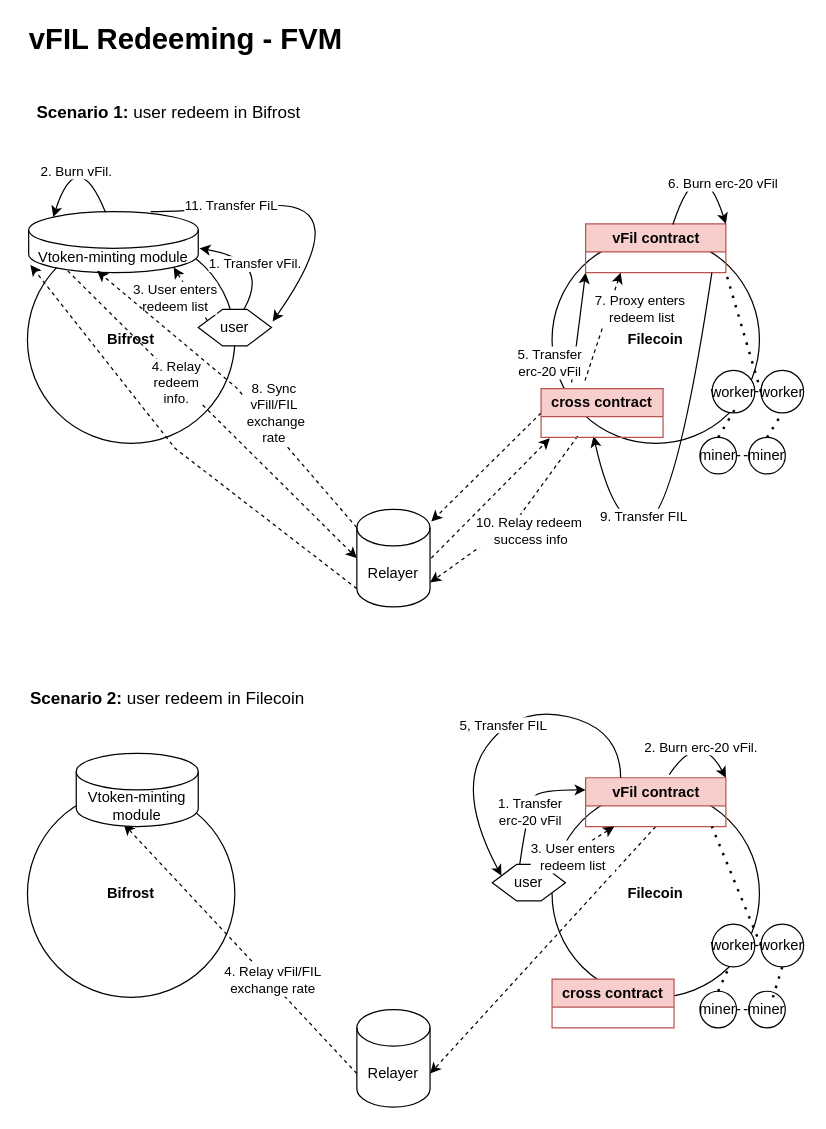
This is vfil-redeeming-fvm.drawio from herryho/flowchars, a draw.io file, before an edit. Source tidied: cells renumbered, new cells numbered last; positions are measured from the earlier drawing's top-left corner, leaving out a move shared by most shapes. Both pictures are drawn from the tidied source at 122%, with x=0, y=0 at pixel (27, 21).
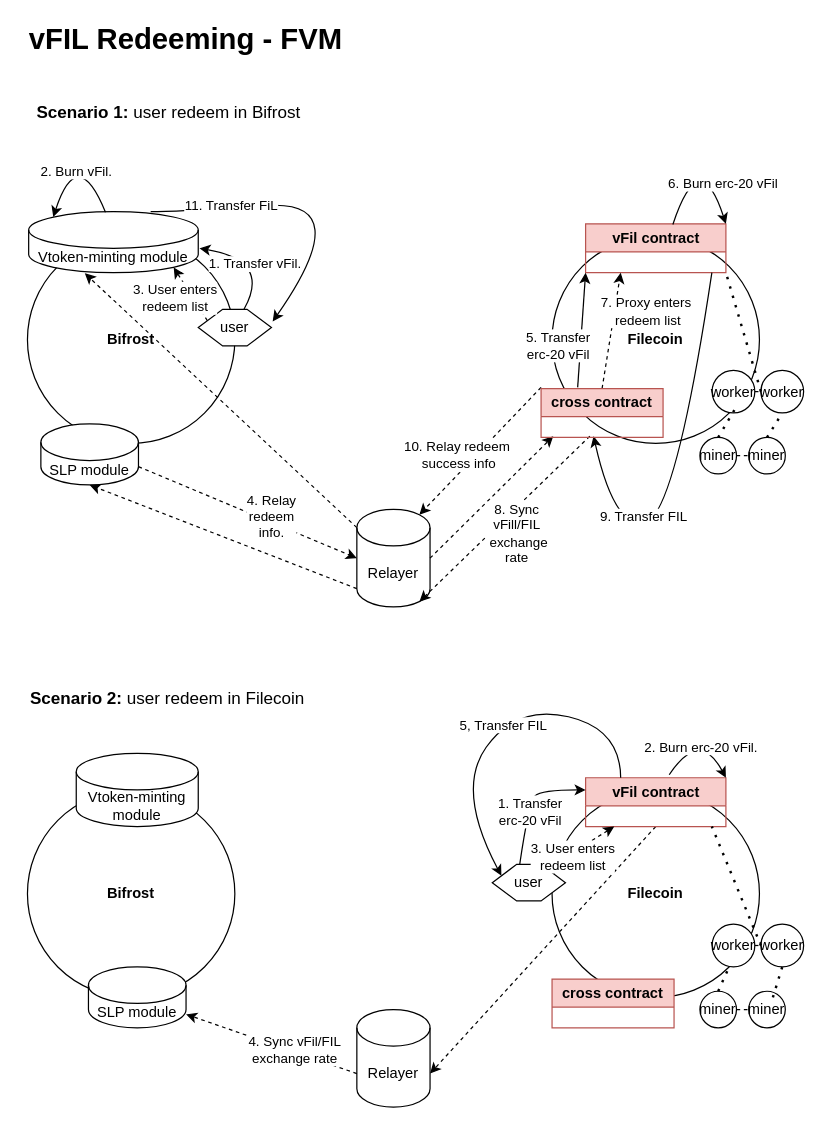
The same page after the edit.

The change refers to these unchanged cells:
```xml
<mxCell id="6" value="Relayer" style="shape=cylinder3;whiteSpace=wrap;html=1;boundedLbl=1;backgroundOutline=1;size=15;" parent="1" vertex="1">
  <mxGeometry x="270" y="400" width="60" height="80" as="geometry" />
</mxCell>
<mxCell id="16" value="Vtoken-minting module" style="shape=cylinder3;whiteSpace=wrap;html=1;boundedLbl=1;backgroundOutline=1;size=15;" parent="1" vertex="1">
  <mxGeometry x="1" y="156" width="139" height="50" as="geometry" />
</mxCell>
<mxCell id="19" value="vFil contract" style="swimlane;whiteSpace=wrap;html=1;fillColor=#f8cecc;strokeColor=#b85450;" parent="1" vertex="1">
  <mxGeometry x="457.5" y="166" width="115" height="40" as="geometry" />
</mxCell>
<mxCell id="25" value="Relayer" style="shape=cylinder3;whiteSpace=wrap;html=1;boundedLbl=1;backgroundOutline=1;size=15;" parent="1" vertex="1">
  <mxGeometry x="270" y="810" width="60" height="80" as="geometry" />
</mxCell>
<mxCell id="33" value="Vtoken-minting module" style="shape=cylinder3;whiteSpace=wrap;html=1;boundedLbl=1;backgroundOutline=1;size=15;" parent="1" vertex="1">
  <mxGeometry x="40" y="600" width="100" height="60" as="geometry" />
</mxCell>
<mxCell id="70" value="cross contract" style="swimlane;whiteSpace=wrap;html=1;fillColor=#f8cecc;strokeColor=#b85450;" parent="1" vertex="1">
  <mxGeometry x="421" y="301" width="100" height="40" as="geometry" />
</mxCell>
```

The edit, as a diff of the source:
```diff
@@
-    <mxCell id="10" style="endArrow=classic;html=1;rounded=0;dashed=1;entryX=0.145;entryY=1;entryDx=0;entryDy=-4.35;entryPerimeter=0;" parent="1" edge="1">
+    <mxCell id="10" style="endArrow=classic;html=1;rounded=0;dashed=1;exitX=1;exitY=0.5;exitDx=0;exitDy=0;exitPerimeter=0;" parent="1" edge="1" source="6">
       <mxGeometry relative="1" as="geometry">
-        <mxPoint x="331" y="440" as="sourcePoint" />
-        <mxPoint x="428.2" y="341.7" as="targetPoint" />
+        <mxPoint x="431" y="340" as="targetPoint" />
       </mxGeometry>
     </mxCell>
-    <mxCell id="11" style="endArrow=classic;html=1;rounded=0;dashed=1;entryX=0;entryY=0.5;entryDx=0;entryDy=0;entryPerimeter=0;exitX=0.23;exitY=0.97;exitDx=0;exitDy=0;exitPerimeter=0;" parent="1" edge="1" source="16" target="6">
+    <mxCell id="11" style="endArrow=classic;html=1;rounded=0;dashed=1;entryX=0;entryY=0.5;entryDx=0;entryDy=0;entryPerimeter=0;exitX=1;exitY=1;exitDx=0;exitDy=-15;exitPerimeter=0;" parent="1" edge="1" source="72" target="6">
       <mxGeometry relative="1" as="geometry" />
     </mxCell>
     <mxCell id="12" value="4. Relay &lt;br&gt;redeem &lt;br&gt;info." style="edgeLabel;html=1;align=center;verticalAlign=middle;" parent="11" vertex="1">
       <mxGeometry x="-0.18" y="3" relative="1" as="geometry">
-        <mxPoint x="-11" y="-3" as="offset" />
+        <mxPoint x="34" y="12" as="offset" />
       </mxGeometry>
     </mxCell>
@@
-    <mxCell id="29" style="endArrow=classic;html=1;rounded=0;dashed=1;exitX=0;exitY=0;exitDx=0;exitDy=52.5;exitPerimeter=0;entryX=0.39;entryY=0.967;entryDx=0;entryDy=0;entryPerimeter=0;" parent="1" edge="1" source="25" target="33">
+    <mxCell id="29" style="endArrow=classic;html=1;rounded=0;dashed=1;exitX=0;exitY=0;exitDx=0;exitDy=52.5;exitPerimeter=0;" parent="1" edge="1" source="25" target="73">
       <mxGeometry relative="1" as="geometry" />
     </mxCell>
-    <mxCell id="30" value="4. Relay vFil/FIL&lt;br&gt;exchange rate" style="edgeLabel;html=1;align=center;verticalAlign=middle;" parent="29" vertex="1">
+    <mxCell id="30" value="4. Sync vFil/FIL&lt;br&gt;exchange rate" style="edgeLabel;html=1;align=center;verticalAlign=middle;" parent="29" vertex="1">
       <mxGeometry x="-0.26" y="-2" relative="1" as="geometry" />
     </mxCell>
@@
-    <mxCell id="44" style="endArrow=classic;html=1;rounded=0;exitX=0.5;exitY=0;exitDx=0;exitDy=0;exitPerimeter=0;entryX=0;entryY=1;entryDx=0;entryDy=0;" parent="1" edge="1" target="19">
+    <mxCell id="44" style="endArrow=classic;html=1;rounded=0;entryX=0;entryY=1;entryDx=0;entryDy=0;" parent="1" edge="1" target="19">
       <mxGeometry relative="1" as="geometry">
-        <mxPoint x="446" y="296" as="sourcePoint" />
+        <mxPoint x="451" y="300" as="sourcePoint" />
       </mxGeometry>
     </mxCell>
     <mxCell id="45" value="5. Transfer &lt;br&gt;erc-20 vFil" style="edgeLabel;html=1;align=center;verticalAlign=middle;" parent="44" vertex="1">
       <mxGeometry x="-0.63" y="-1" relative="1" as="geometry">
-        <mxPoint x="-22" as="offset" />
+        <mxPoint x="-19" y="-18" as="offset" />
       </mxGeometry>
     </mxCell>
@@
-    <mxCell id="49" style="endArrow=classic;html=1;rounded=0;exitX=0.72;exitY=-0.03;exitDx=0;exitDy=0;exitPerimeter=0;entryX=0.25;entryY=1;entryDx=0;entryDy=0;dashed=1;" parent="1" edge="1" target="19">
-      <mxGeometry relative="1" as="geometry">
-        <mxPoint x="457" y="294.5" as="sourcePoint" />
-      </mxGeometry>
+    <mxCell id="49" style="endArrow=classic;html=1;rounded=0;exitX=0.5;exitY=0;exitDx=0;exitDy=0;entryX=0.25;entryY=1;entryDx=0;entryDy=0;dashed=1;" parent="1" edge="1" source="70" target="19">
+      <mxGeometry relative="1" as="geometry" />
     </mxCell>
@@
-    <mxCell id="53" style="endArrow=classic;html=1;rounded=0;dashed=1;" parent="1" edge="1">
+    <mxCell id="53" style="endArrow=classic;html=1;rounded=0;dashed=1;entryX=0.855;entryY=0;entryDx=0;entryDy=4.35;entryPerimeter=0;" parent="1" edge="1" target="6">
       <mxGeometry relative="1" as="geometry">
-        <mxPoint x="451" y="340" as="sourcePoint" />
-        <mxPoint x="330" y="460" as="targetPoint" />
-        <Array as="points">
-          <mxPoint x="400" y="410" />
-        </Array>
+        <mxPoint x="421" y="300" as="sourcePoint" />
       </mxGeometry>
     </mxCell>
     <mxCell id="54" value="10. Relay redeem&lt;br&gt;&amp;nbsp;success info" style="edgeLabel;html=1;align=center;verticalAlign=middle;" parent="53" vertex="1">
       <mxGeometry x="0.11" y="-2" relative="1" as="geometry">
-        <mxPoint x="19" y="4" as="offset" />
+        <mxPoint x="-13" y="-1" as="offset" />
       </mxGeometry>
     </mxCell>
-    <mxCell id="55" style="endArrow=classic;html=1;rounded=0;exitX=0;exitY=1;exitDx=0;exitDy=-15;exitPerimeter=0;dashed=1;entryX=0.01;entryY=0.875;entryDx=0;entryDy=0;entryPerimeter=0;" parent="1" edge="1" source="6" target="16">
-      <mxGeometry relative="1" as="geometry">
-        <Array as="points">
-          <mxPoint x="121" y="350" />
-        </Array>
-      </mxGeometry>
+    <mxCell id="55" style="endArrow=classic;html=1;rounded=0;exitX=0;exitY=0;exitDx=0;exitDy=15;exitPerimeter=0;dashed=1;entryX=0.331;entryY=1.01;entryDx=0;entryDy=0;entryPerimeter=0;" parent="1" edge="1" source="6" target="16">
+      <mxGeometry relative="1" as="geometry" />
     </mxCell>
@@
-    <mxCell id="58" style="endArrow=classic;html=1;rounded=0;exitX=0;exitY=0.5;exitDx=0;exitDy=0;dashed=1;" parent="1" edge="1" source="70">
+    <mxCell id="58" style="endArrow=classic;html=1;rounded=0;dashed=1;entryX=0.855;entryY=1;entryDx=0;entryDy=-4.35;entryPerimeter=0;" parent="1" edge="1" target="6">
       <mxGeometry relative="1" as="geometry">
-        <mxPoint x="331" y="410" as="targetPoint" />
+        <mxPoint x="461" y="340" as="sourcePoint" />
       </mxGeometry>
     </mxCell>
-    <mxCell id="59" style="endArrow=classic;html=1;rounded=0;exitX=0;exitY=0;exitDx=0;exitDy=15;exitPerimeter=0;entryX=0.403;entryY=0.97;entryDx=0;entryDy=0;entryPerimeter=0;dashed=1;" parent="1" edge="1" source="6" target="16">
-      <mxGeometry relative="1" as="geometry">
-        <Array as="points">
-          <mxPoint x="171" y="300" />
-        </Array>
-      </mxGeometry>
+    <mxCell id="59" style="endArrow=classic;html=1;rounded=0;exitX=0;exitY=1;exitDx=0;exitDy=-15;exitPerimeter=0;entryX=0.5;entryY=1;entryDx=0;entryDy=0;entryPerimeter=0;dashed=1;" parent="1" edge="1" source="6" target="72">
+      <mxGeometry relative="1" as="geometry" />
     </mxCell>
     <mxCell id="60" value="8. Sync &lt;br&gt;vFill/FIL&lt;br&gt;&amp;nbsp;exchange &lt;br&gt;rate" style="edgeLabel;html=1;align=center;verticalAlign=middle;" parent="59" vertex="1">
       <mxGeometry x="-0.1" y="2" relative="1" as="geometry">
-        <mxPoint x="21" y="7" as="offset" />
+        <mxPoint x="230" y="-9" as="offset" />
       </mxGeometry>
     </mxCell>
@@
+    <mxCell id="72" value="SLP module" style="shape=cylinder3;whiteSpace=wrap;html=1;boundedLbl=1;backgroundOutline=1;size=15;" parent="1" vertex="1">
+      <mxGeometry x="11" y="330" width="80" height="50" as="geometry" />
+    </mxCell>
+    <mxCell id="73" value="SLP module" style="shape=cylinder3;whiteSpace=wrap;html=1;boundedLbl=1;backgroundOutline=1;size=15;" parent="1" vertex="1">
+      <mxGeometry x="50" y="775" width="80" height="50" as="geometry" />
+    </mxCell>
```
